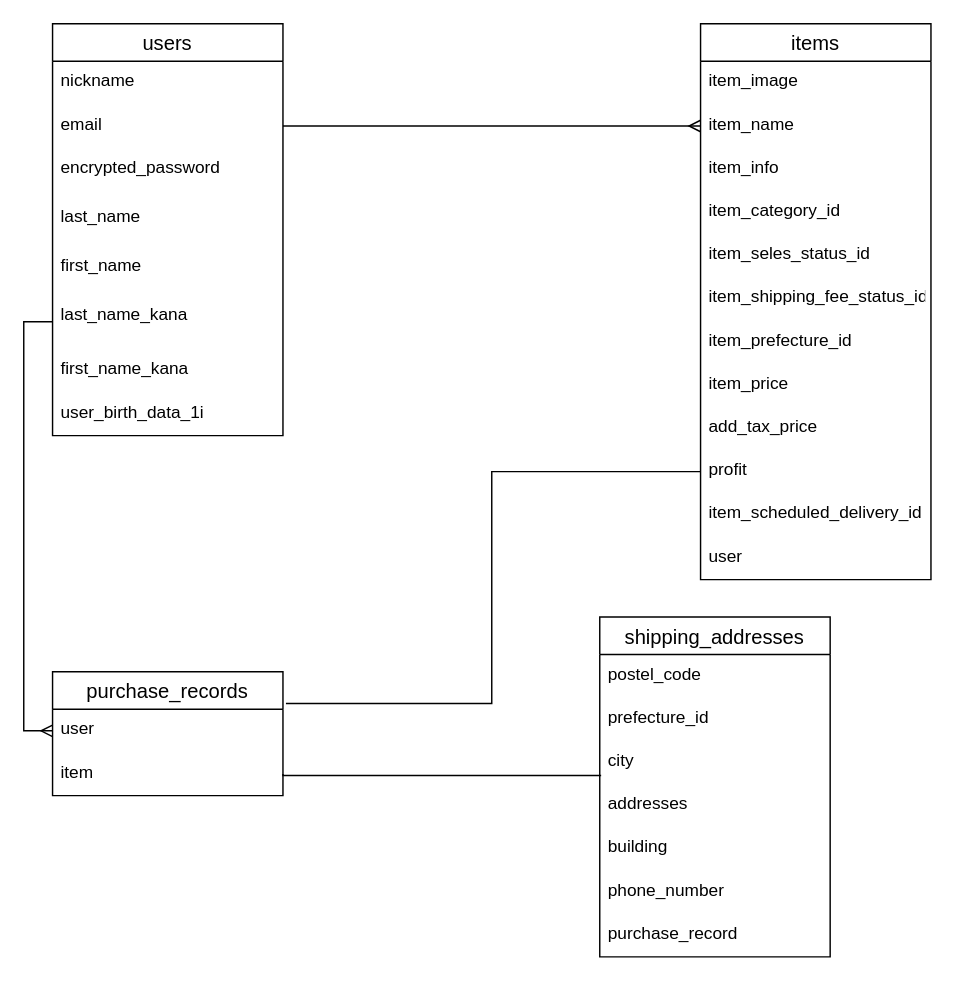
This is furima.dio from shorimpo/furima-33974, a draw.io file, before an edit. Source tidied: cells renumbered, new cells numbered last; positions are measured from the earlier drawing's top-left corner, leaving out a move shared by most shapes. Both pictures are drawn from the tidied source at 144%, with x=0, y=0 at pixel (52, 23).
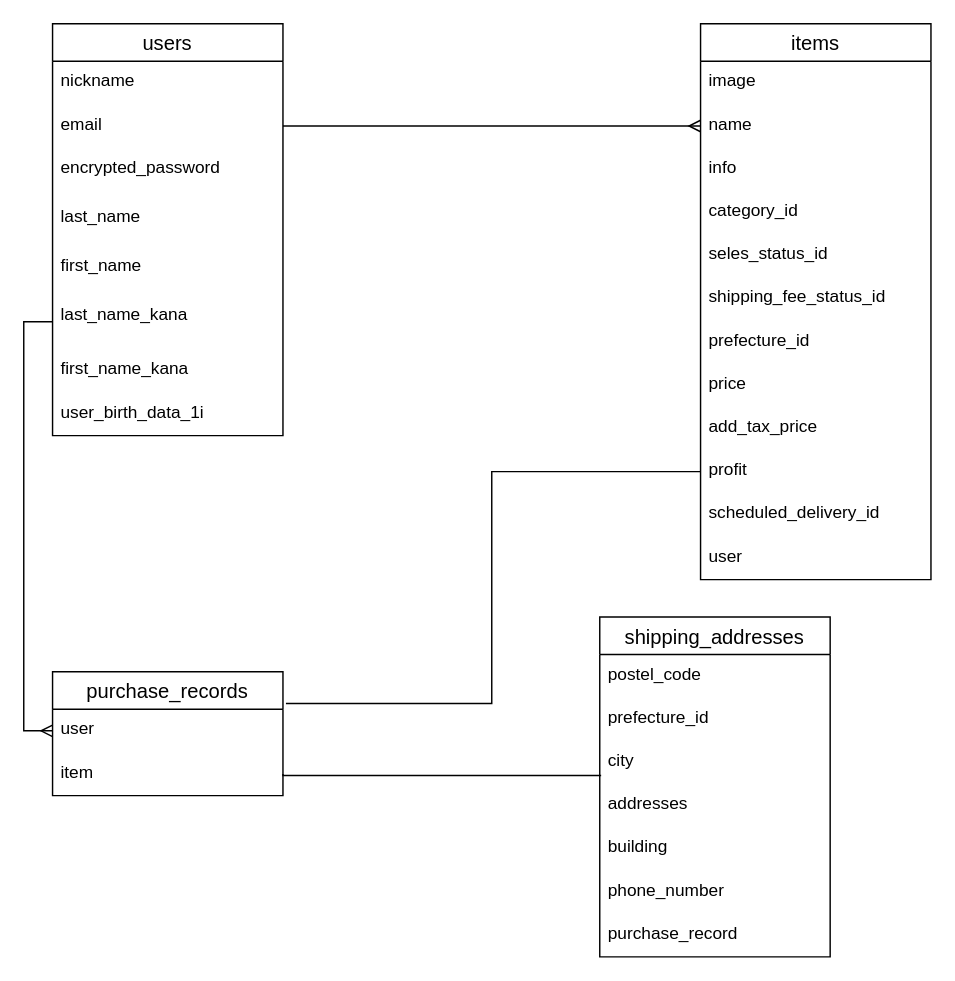
Above is the later version.

Commit message (it also covers changes not shown here):
ER図・README修正3

The change refers to these unchanged cells:
```xml
<mxCell id="11" value="items" style="swimlane;fontStyle=0;horizontal=1;startSize=26;align=center;fontSize=14;" parent="1" vertex="1">
  <mxGeometry x="450" width="160" height="386" as="geometry" />
</mxCell>
```

Change to the diagram source:
```diff
@@
-    <mxCell id="12" value="item_image" style="text;strokeColor=none;fillColor=none;spacingLeft=4;spacingRight=4;overflow=hidden;fontSize=12;" parent="11" vertex="1">
+    <mxCell id="12" value="image" style="text;strokeColor=none;fillColor=none;spacingLeft=4;spacingRight=4;overflow=hidden;fontSize=12;" parent="11" vertex="1">
       <mxGeometry y="26" width="160" height="30" as="geometry" />
     </mxCell>
-    <mxCell id="13" value="item_name" style="text;strokeColor=none;fillColor=none;spacingLeft=4;spacingRight=4;overflow=hidden;points=[[0,0.5],[1,0.5]];portConstraint=eastwest;fontSize=12;" parent="11" vertex="1">
+    <mxCell id="13" value="name" style="text;strokeColor=none;fillColor=none;spacingLeft=4;spacingRight=4;overflow=hidden;points=[[0,0.5],[1,0.5]];portConstraint=eastwest;fontSize=12;" parent="11" vertex="1">
       <mxGeometry y="56" width="160" height="30" as="geometry" />
     </mxCell>
-    <mxCell id="14" value="item_info" style="text;strokeColor=none;fillColor=none;spacingLeft=4;spacingRight=4;overflow=hidden;fontSize=12;" parent="11" vertex="1">
+    <mxCell id="14" value="info" style="text;strokeColor=none;fillColor=none;spacingLeft=4;spacingRight=4;overflow=hidden;fontSize=12;" parent="11" vertex="1">
       <mxGeometry y="86" width="160" height="30" as="geometry" />
     </mxCell>
-    <mxCell id="15" value="item_category_id" style="text;strokeColor=none;fillColor=none;spacingLeft=4;spacingRight=4;overflow=hidden;fontSize=12;" parent="11" vertex="1">
+    <mxCell id="15" value="category_id" style="text;strokeColor=none;fillColor=none;spacingLeft=4;spacingRight=4;overflow=hidden;fontSize=12;" parent="11" vertex="1">
       <mxGeometry y="116" width="160" height="30" as="geometry" />
     </mxCell>
-    <mxCell id="16" value="item_seles_status_id" style="text;strokeColor=none;fillColor=none;spacingLeft=4;spacingRight=4;overflow=hidden;fontSize=12;" parent="11" vertex="1">
+    <mxCell id="16" value="seles_status_id" style="text;strokeColor=none;fillColor=none;spacingLeft=4;spacingRight=4;overflow=hidden;fontSize=12;" parent="11" vertex="1">
       <mxGeometry y="146" width="160" height="30" as="geometry" />
     </mxCell>
-    <mxCell id="17" value="item_shipping_fee_status_id" style="text;strokeColor=none;fillColor=none;spacingLeft=4;spacingRight=4;overflow=hidden;fontSize=12;" parent="11" vertex="1">
+    <mxCell id="17" value="shipping_fee_status_id" style="text;strokeColor=none;fillColor=none;spacingLeft=4;spacingRight=4;overflow=hidden;fontSize=12;" parent="11" vertex="1">
       <mxGeometry y="176" width="160" height="30" as="geometry" />
     </mxCell>
-    <mxCell id="18" value="item_prefecture_id" style="text;strokeColor=none;fillColor=none;spacingLeft=4;spacingRight=4;overflow=hidden;fontSize=12;" parent="11" vertex="1">
+    <mxCell id="18" value="prefecture_id" style="text;strokeColor=none;fillColor=none;spacingLeft=4;spacingRight=4;overflow=hidden;fontSize=12;" parent="11" vertex="1">
       <mxGeometry y="206" width="160" height="30" as="geometry" />
     </mxCell>
-    <mxCell id="19" value="item_price" style="text;strokeColor=none;fillColor=none;spacingLeft=4;spacingRight=4;overflow=hidden;fontSize=12;" parent="11" vertex="1">
+    <mxCell id="19" value="price" style="text;strokeColor=none;fillColor=none;spacingLeft=4;spacingRight=4;overflow=hidden;fontSize=12;" parent="11" vertex="1">
       <mxGeometry y="236" width="160" height="30" as="geometry" />
     </mxCell>
@@
-    <mxCell id="22" value="item_scheduled_delivery_id" style="text;strokeColor=none;fillColor=none;spacingLeft=4;spacingRight=4;overflow=hidden;fontSize=12;" parent="11" vertex="1">
+    <mxCell id="22" value="scheduled_delivery_id" style="text;strokeColor=none;fillColor=none;spacingLeft=4;spacingRight=4;overflow=hidden;fontSize=12;" parent="11" vertex="1">
       <mxGeometry y="326" width="160" height="30" as="geometry" />
     </mxCell>
```
